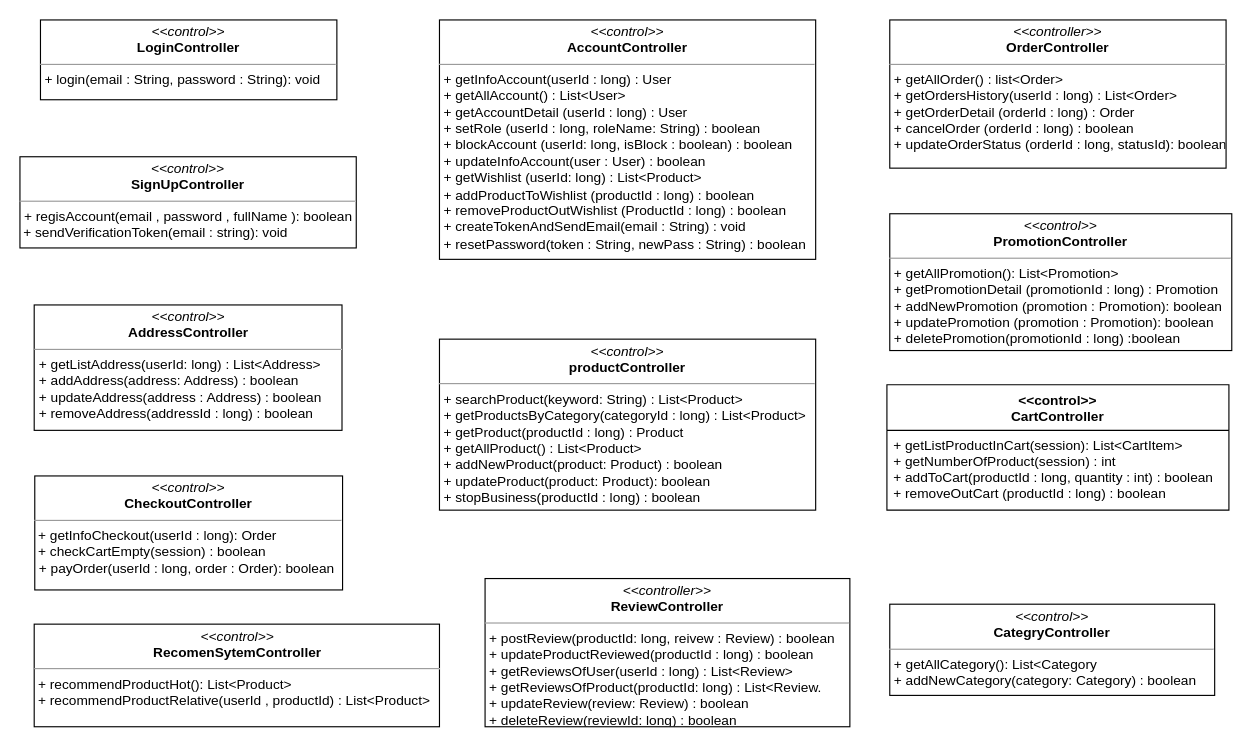
Above: class diagram/control-class-diagram.drawio in nguyenphamvan/datn_20202 (draw.io), before the change. Source tidied: cells renumbered, new cells numbered last; positions are measured from the earlier drawing's top-left corner, leaving out a move shared by most shapes. Both pictures are drawn from the tidied source at 114%, with x=0, y=0 at pixel (19, 19).
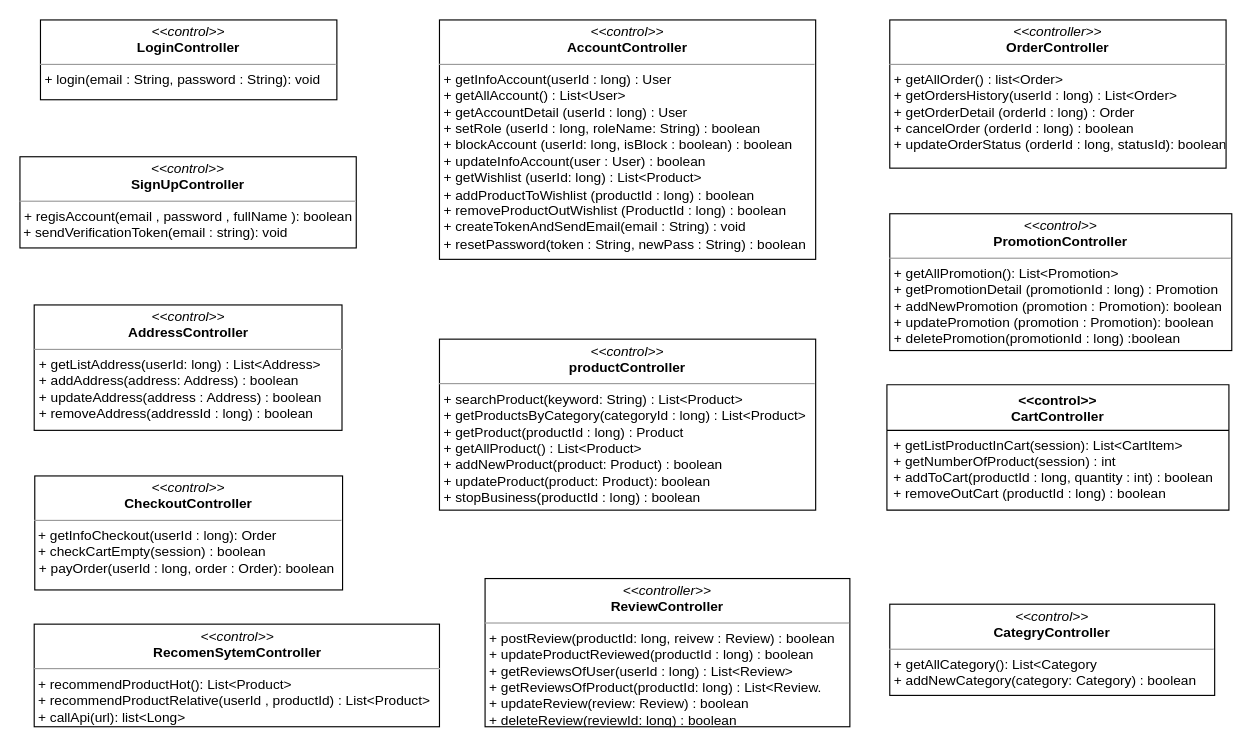
After the change.

Diff of the diagram source:
```diff
@@
 <mxGraphModel>
   <root>
     <mxCell id="0" />
     <mxCell id="1" parent="0" />
     <mxCell id="2" value="&lt;&lt;control&gt;&gt;&#10;CartController" style="swimlane;fontStyle=1;align=center;verticalAlign=top;horizontal=1;startSize=40;" parent="1" vertex="1">
       <mxGeometry x="760.5" y="320" width="300" height="110" as="geometry" />
     </mxCell>
     <mxCell id="3" value="+ getListProductInCart(session): List&lt;CartItem&gt;&#10;+ getNumberOfProduct(session) : int&#10;+ addToCart(productId : long, quantity : int) : boolean&#10;+ removeOutCart (productId : long) : boolean" style="text;strokeColor=none;fillColor=none;align=left;verticalAlign=top;spacingLeft=4;spacingRight=4;overflow=hidden;" parent="2" vertex="1">
       <mxGeometry y="40" width="300" height="70" as="geometry" />
     </mxCell>
     <mxCell id="4" value="&lt;p style=&quot;margin: 0px ; margin-top: 4px ; text-align: center&quot;&gt;&lt;i&gt;&amp;lt;&amp;lt;control&amp;gt;&amp;gt;&lt;/i&gt;&lt;br&gt;&lt;b&gt;AccountController&lt;/b&gt;&lt;br&gt;&lt;/p&gt;&lt;hr size=&quot;1&quot;&gt;&lt;p style=&quot;margin: 0px ; margin-left: 4px&quot;&gt;&lt;span&gt;+ getInfoAccount(userId : long) : User&lt;/span&gt;&lt;/p&gt;&lt;p style=&quot;margin: 0px ; margin-left: 4px&quot;&gt;&lt;span&gt;+ getAllAccount() : List&amp;lt;User&amp;gt;&lt;/span&gt;&lt;/p&gt;&lt;p style=&quot;margin: 0px ; margin-left: 4px&quot;&gt;&lt;span&gt;+ getAccountDetail (userId : long) : User&lt;/span&gt;&lt;/p&gt;&lt;p style=&quot;margin: 0px ; margin-left: 4px&quot;&gt;&lt;span&gt;+ setRole (userId : long, roleName: String) : boolean&lt;/span&gt;&lt;/p&gt;&lt;p style=&quot;margin: 0px ; margin-left: 4px&quot;&gt;+ blockAccount (userId: long, isBlock : boolean) : boolean&lt;/p&gt;&lt;p style=&quot;margin: 0px ; margin-left: 4px&quot;&gt;&lt;span&gt;+ updateInfoAccount(user : User) : boolean&lt;/span&gt;&lt;/p&gt;&lt;p style=&quot;margin: 0px ; margin-left: 4px&quot;&gt;+ getWishlist (userId: long) : List&amp;lt;Product&amp;gt;&lt;span&gt;&lt;br&gt;&lt;/span&gt;&lt;/p&gt;&lt;p style=&quot;margin: 0px ; margin-left: 4px&quot;&gt;+ addProductToWishlist (productId : long) : boolean&lt;/p&gt;&lt;p style=&quot;margin: 0px ; margin-left: 4px&quot;&gt;+ removeProductOutWishlist (ProductId : long) : boolean&lt;/p&gt;&lt;p style=&quot;margin: 0px ; margin-left: 4px&quot;&gt;+ createTokenAndSendEmail(email : String) : void&lt;/p&gt;&lt;p style=&quot;margin: 0px ; margin-left: 4px&quot;&gt;+ resetPassword(token : String, newPass : String) : boolean&lt;/p&gt;&lt;p style=&quot;margin: 0px ; margin-left: 4px&quot;&gt;&lt;span&gt;&lt;br&gt;&lt;/span&gt;&lt;/p&gt;" style="verticalAlign=top;align=left;overflow=fill;fontSize=12;fontFamily=Helvetica;html=1;" parent="1" vertex="1">
       <mxGeometry x="368" width="330" height="210" as="geometry" />
     </mxCell>
     <mxCell id="5" value="&lt;p style=&quot;margin: 0px ; margin-top: 4px ; text-align: center&quot;&gt;&lt;i&gt;&amp;lt;&amp;lt;control&amp;gt;&amp;gt;&lt;/i&gt;&lt;br&gt;&lt;b&gt;LoginController&lt;/b&gt;&lt;/p&gt;&lt;hr size=&quot;1&quot;&gt;&lt;p style=&quot;margin: 0px ; margin-left: 4px&quot;&gt;+ login(email : String, password : String): void&lt;br&gt;&lt;/p&gt;" style="verticalAlign=top;align=left;overflow=fill;fontSize=12;fontFamily=Helvetica;html=1;" parent="1" vertex="1">
       <mxGeometry x="18" width="260" height="70" as="geometry" />
     </mxCell>
     <mxCell id="6" value="&lt;p style=&quot;margin: 0px ; margin-top: 4px ; text-align: center&quot;&gt;&lt;i&gt;&amp;lt;&amp;lt;control&amp;gt;&amp;gt;&lt;/i&gt;&lt;br&gt;&lt;b&gt;SignUpController&lt;/b&gt;&lt;/p&gt;&lt;hr size=&quot;1&quot;&gt;&lt;p style=&quot;margin: 0px ; margin-left: 4px&quot;&gt;+ regisAccount(email , password , fullName ): boolean&lt;/p&gt;&amp;nbsp;+ sendVerificationToken(email : string): void" style="verticalAlign=top;align=left;overflow=fill;fontSize=12;fontFamily=Helvetica;html=1;" parent="1" vertex="1">
       <mxGeometry y="120" width="295" height="80" as="geometry" />
     </mxCell>
     <mxCell id="7" value="&lt;p style=&quot;margin: 0px ; margin-top: 4px ; text-align: center&quot;&gt;&lt;i&gt;&amp;lt;&amp;lt;control&amp;gt;&amp;gt;&lt;/i&gt;&lt;br&gt;&lt;b&gt;CheckoutController&lt;/b&gt;&lt;/p&gt;&lt;hr size=&quot;1&quot;&gt;&amp;nbsp;+ getInfoCheckout(userId : long): Order&lt;br&gt;&amp;nbsp;+ checkCartEmpty(session) : boolean&lt;br&gt;&lt;p style=&quot;margin: 0px ; margin-left: 4px&quot;&gt;+ payOrder(userId : long, order : Order): boolean&lt;/p&gt;" style="verticalAlign=top;align=left;overflow=fill;fontSize=12;fontFamily=Helvetica;html=1;" parent="1" vertex="1">
       <mxGeometry x="13" y="400" width="270" height="100" as="geometry" />
     </mxCell>
     <mxCell id="8" value="&lt;p style=&quot;margin: 0px ; margin-top: 4px ; text-align: center&quot;&gt;&lt;i&gt;&amp;lt;&amp;lt;control&amp;gt;&amp;gt;&lt;/i&gt;&lt;br&gt;&lt;b&gt;AddressController&lt;/b&gt;&lt;/p&gt;&lt;hr size=&quot;1&quot;&gt;&lt;p style=&quot;margin: 0px 0px 0px 4px&quot;&gt;+ getListAddress(userId: long) : List&amp;lt;Address&amp;gt;&lt;/p&gt;&lt;p style=&quot;margin: 0px 0px 0px 4px&quot;&gt;+ addAddress(address: Address) : boolean&lt;/p&gt;&lt;p style=&quot;margin: 0px 0px 0px 4px&quot;&gt;+ updateAddress(address : Address) : boolean&lt;/p&gt;&lt;p style=&quot;margin: 0px 0px 0px 4px&quot;&gt;+ removeAddress(addressId : long) : boolean&lt;/p&gt;" style="verticalAlign=top;align=left;overflow=fill;fontSize=12;fontFamily=Helvetica;html=1;" parent="1" vertex="1">
       <mxGeometry x="12.5" y="250" width="270" height="110" as="geometry" />
     </mxCell>
     <mxCell id="9" value="&lt;p style=&quot;margin: 0px ; margin-top: 4px ; text-align: center&quot;&gt;&lt;i&gt;&amp;lt;&amp;lt;control&amp;gt;&amp;gt;&lt;/i&gt;&lt;br&gt;&lt;b&gt;PromotionController&lt;/b&gt;&lt;/p&gt;&lt;hr size=&quot;1&quot;&gt;&lt;p style=&quot;margin: 0px ; margin-left: 4px&quot;&gt;+ getAllPromotion(): List&amp;lt;Promotion&amp;gt;&lt;br&gt;&lt;/p&gt;&lt;p style=&quot;margin: 0px ; margin-left: 4px&quot;&gt;+ getPromotionDetail (promotionId : long) : Promotion&lt;/p&gt;&lt;p style=&quot;margin: 0px ; margin-left: 4px&quot;&gt;+ addNewPromotion (promotion : Promotion): boolean&lt;/p&gt;&lt;p style=&quot;margin: 0px ; margin-left: 4px&quot;&gt;+ updatePromotion (promotion : Promotion): boolean&lt;/p&gt;&lt;p style=&quot;margin: 0px ; margin-left: 4px&quot;&gt;+ deletePromotion(promotionId : long) :boolean&lt;/p&gt;" style="verticalAlign=top;align=left;overflow=fill;fontSize=12;fontFamily=Helvetica;html=1;" parent="1" vertex="1">
       <mxGeometry x="763" y="170" width="300" height="120" as="geometry" />
     </mxCell>
     <mxCell id="10" value="&lt;p style=&quot;margin: 0px ; margin-top: 4px ; text-align: center&quot;&gt;&lt;i&gt;&amp;lt;&amp;lt;control&amp;gt;&amp;gt;&lt;/i&gt;&lt;br&gt;&lt;b&gt;productController&lt;/b&gt;&lt;/p&gt;&lt;hr size=&quot;1&quot;&gt;&lt;p style=&quot;margin: 0px ; margin-left: 4px&quot;&gt;&lt;span&gt;+ searchProduct(keyword: String) : List&amp;lt;Product&amp;gt;&lt;/span&gt;&lt;/p&gt;&lt;p style=&quot;margin: 0px ; margin-left: 4px&quot;&gt;&lt;span&gt;+ getProductsByCategory(categoryId : long) : List&amp;lt;Product&amp;gt;&lt;/span&gt;&lt;br&gt;&lt;/p&gt;&lt;p style=&quot;margin: 0px ; margin-left: 4px&quot;&gt;&lt;span&gt;+ getProduct(productId : long) : Product&lt;/span&gt;&lt;/p&gt;&lt;p style=&quot;margin: 0px ; margin-left: 4px&quot;&gt;&lt;span&gt;+ getAllProduct() : List&amp;lt;Product&amp;gt;&lt;/span&gt;&lt;/p&gt;&lt;p style=&quot;margin: 0px ; margin-left: 4px&quot;&gt;&lt;span&gt;+ addNewProduct(product: Product) : boolean&lt;/span&gt;&lt;/p&gt;&lt;p style=&quot;margin: 0px ; margin-left: 4px&quot;&gt;&lt;span&gt;+ updateProduct(product: Product): boolean&lt;/span&gt;&lt;/p&gt;&lt;p style=&quot;margin: 0px ; margin-left: 4px&quot;&gt;&lt;span&gt;+ stopBusiness(productId : long) : boolean&lt;/span&gt;&lt;/p&gt;" style="verticalAlign=top;align=left;overflow=fill;fontSize=12;fontFamily=Helvetica;html=1;" parent="1" vertex="1">
       <mxGeometry x="368" y="280" width="330" height="150" as="geometry" />
     </mxCell>
     <mxCell id="11" value="&lt;p style=&quot;margin: 0px ; margin-top: 4px ; text-align: center&quot;&gt;&lt;i&gt;&amp;lt;&amp;lt;controller&amp;gt;&amp;gt;&lt;/i&gt;&lt;br&gt;&lt;b&gt;OrderController&lt;/b&gt;&lt;br&gt;&lt;/p&gt;&lt;hr size=&quot;1&quot;&gt;&lt;p style=&quot;margin: 0px ; margin-left: 4px&quot;&gt;&lt;/p&gt;&lt;p style=&quot;margin: 0px ; margin-left: 4px&quot;&gt;+ getAllOrder() : list&amp;lt;Order&amp;gt;&lt;/p&gt;&lt;p style=&quot;margin: 0px ; margin-left: 4px&quot;&gt;+ getOrdersHistory(userId : long) : List&amp;lt;Order&amp;gt;&lt;br&gt;&lt;/p&gt;&lt;p style=&quot;margin: 0px ; margin-left: 4px&quot;&gt;+ getOrderDetail (orderId : long) : Order&lt;/p&gt;&lt;p style=&quot;margin: 0px ; margin-left: 4px&quot;&gt;+ cancelOrder (orderId : long) : boolean&lt;/p&gt;&lt;p style=&quot;margin: 0px ; margin-left: 4px&quot;&gt;+ updateOrderStatus (orderId : long, statusId): boolean&lt;/p&gt;" style="verticalAlign=top;align=left;overflow=fill;fontSize=12;fontFamily=Helvetica;html=1;" parent="1" vertex="1">
       <mxGeometry x="763" width="295" height="130" as="geometry" />
     </mxCell>
-    <mxCell id="12" value="&lt;p style=&quot;margin: 0px ; margin-top: 4px ; text-align: center&quot;&gt;&lt;i&gt;&amp;lt;&amp;lt;control&amp;gt;&amp;gt;&lt;/i&gt;&lt;br&gt;&lt;b&gt;RecomenSytemController&lt;/b&gt;&lt;/p&gt;&lt;hr size=&quot;1&quot;&gt;&amp;nbsp;+ recommendProductHot(): List&amp;lt;Product&amp;gt;&lt;br&gt;&amp;nbsp;+ recommendProductRelative(userId , productId) : List&amp;lt;Product&amp;gt;" style="verticalAlign=top;align=left;overflow=fill;fontSize=12;fontFamily=Helvetica;html=1;" parent="1" vertex="1">
+    <mxCell id="12" value="&lt;p style=&quot;margin: 0px ; margin-top: 4px ; text-align: center&quot;&gt;&lt;i&gt;&amp;lt;&amp;lt;control&amp;gt;&amp;gt;&lt;/i&gt;&lt;br&gt;&lt;b&gt;RecomenSytemController&lt;/b&gt;&lt;/p&gt;&lt;hr size=&quot;1&quot;&gt;&amp;nbsp;+ recommendProductHot(): List&amp;lt;Product&amp;gt;&lt;br&gt;&amp;nbsp;+ recommendProductRelative(userId , productId) : List&amp;lt;Product&amp;gt;&lt;br&gt;&amp;nbsp;+ callApi(url): list&amp;lt;Long&amp;gt;" style="verticalAlign=top;align=left;overflow=fill;fontSize=12;fontFamily=Helvetica;html=1;" parent="1" vertex="1">
       <mxGeometry x="12.5" y="530" width="355.5" height="90" as="geometry" />
     </mxCell>
     <mxCell id="13" value="&lt;p style=&quot;margin: 0px ; margin-top: 4px ; text-align: center&quot;&gt;&lt;i&gt;&amp;lt;&amp;lt;control&amp;gt;&amp;gt;&lt;/i&gt;&lt;br&gt;&lt;b&gt;CategryController&lt;/b&gt;&lt;/p&gt;&lt;hr size=&quot;1&quot;&gt;&lt;p style=&quot;margin: 0px ; margin-left: 4px&quot;&gt;+ getAllCategory(): List&amp;lt;Category&lt;br&gt;&lt;/p&gt;&lt;p style=&quot;margin: 0px ; margin-left: 4px&quot;&gt;+ addNewCategory(category: Category) : boolean&lt;/p&gt;" style="verticalAlign=top;align=left;overflow=fill;fontSize=12;fontFamily=Helvetica;html=1;" parent="1" vertex="1">
       <mxGeometry x="763" y="512.5" width="285" height="80" as="geometry" />
     </mxCell>
     <mxCell id="14" value="&lt;p style=&quot;margin: 0px ; margin-top: 4px ; text-align: center&quot;&gt;&lt;i&gt;&amp;lt;&amp;lt;controller&amp;gt;&amp;gt;&lt;/i&gt;&lt;br&gt;&lt;b&gt;ReviewController&lt;/b&gt;&lt;br&gt;&lt;/p&gt;&lt;hr size=&quot;1&quot;&gt;&lt;p style=&quot;margin: 0px ; margin-left: 4px&quot;&gt;&lt;span&gt;+ postReview(productId: long, reivew : Review) : boolean&lt;/span&gt;&lt;/p&gt;&lt;p style=&quot;margin: 0px ; margin-left: 4px&quot;&gt;&lt;span&gt;+ updateProductReviewed(productId : long) : boolean&lt;/span&gt;&lt;/p&gt;&lt;p style=&quot;margin: 0px ; margin-left: 4px&quot;&gt;&lt;span&gt;+ getReviewsOfUser(userId : long) : List&amp;lt;Review&amp;gt;&lt;/span&gt;&lt;/p&gt;&lt;p style=&quot;margin: 0px ; margin-left: 4px&quot;&gt;&lt;span&gt;+ getReviewsOfProduct(productId: long) : List&amp;lt;Review.&lt;/span&gt;&lt;/p&gt;&lt;p style=&quot;margin: 0px ; margin-left: 4px&quot;&gt;&lt;span&gt;+ updateReview(review: Review) : boolean&lt;/span&gt;&lt;/p&gt;&lt;p style=&quot;margin: 0px ; margin-left: 4px&quot;&gt;&lt;span&gt;+ deleteReview(reviewId: long) : boolean&lt;/span&gt;&lt;/p&gt;" style="verticalAlign=top;align=left;overflow=fill;fontSize=12;fontFamily=Helvetica;html=1;" parent="1" vertex="1">
       <mxGeometry x="408" y="490" width="320" height="130" as="geometry" />
     </mxCell>
   </root>
 </mxGraphModel>
```
